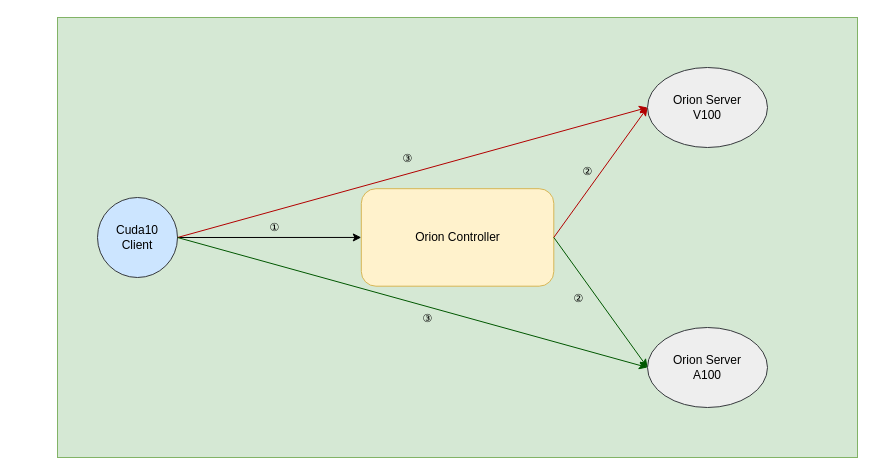
Earlier version of the draw.io diagram driver-only-cuda10-client.drawio (YanshanSong/draw.io). Source tidied: cells renumbered, new cells numbered last; positions are measured from the earlier drawing's top-left corner, leaving out a move shared by most shapes. Both pictures are drawn from the tidied source at 100%, with x=0, y=0 at pixel (57, 17).
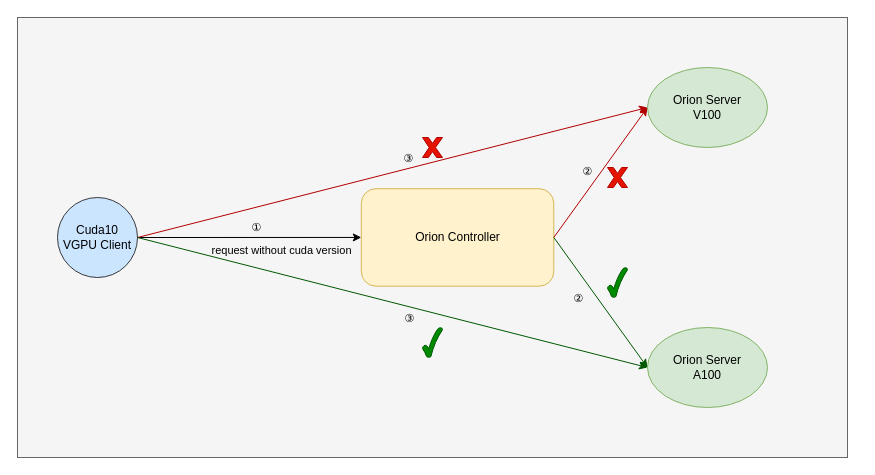
Above is the later version.

The change refers to these unchanged cells:
```xml
<mxCell id="13" style="endArrow=classic;html=1;rounded=0;exitX=1;exitY=0.5;exitDx=0;exitDy=0;fillColor=#e51400;strokeColor=#B20000;" parent="1" edge="1" source="4">
  <mxGeometry relative="1" as="geometry">
    <mxPoint x="590" y="90" as="targetPoint" />
  </mxGeometry>
</mxCell>
```

What changed in the source:
```diff
@@
-    <mxCell id="2" style="rounded=0;whiteSpace=wrap;html=1;fillColor=#d5e8d4;strokeColor=#82b366;" parent="1" vertex="1">
-      <mxGeometry width="800" height="440" as="geometry" />
+    <mxCell id="2" style="rounded=0;whiteSpace=wrap;html=1;fillColor=#f5f5f5;strokeColor=#666666;fontColor=#333333;" parent="1" vertex="1">
+      <mxGeometry x="-40" width="830" height="440" as="geometry" />
     </mxCell>
@@
-    <mxCell id="4" value="Cuda10&lt;br&gt;Client" style="ellipse;whiteSpace=wrap;html=1;fillColor=#cce5ff;strokeColor=#36393d;" parent="1" vertex="1">
-      <mxGeometry x="40" y="180" width="80" height="80" as="geometry" />
+    <mxCell id="4" value="Cuda10&lt;br&gt;VGPU Client" style="ellipse;whiteSpace=wrap;html=1;fillColor=#cce5ff;strokeColor=#36393d;" parent="1" vertex="1">
+      <mxGeometry y="180" width="80" height="80" as="geometry" />
     </mxCell>
@@
-    <mxCell id="7" value="Orion Server&lt;br&gt;V100" style="ellipse;whiteSpace=wrap;html=1;fillColor=#eeeeee;strokeColor=#36393d;" parent="1" vertex="1">
+    <mxCell id="7" value="Orion Server&lt;br&gt;V100" style="ellipse;whiteSpace=wrap;html=1;fillColor=#d5e8d4;strokeColor=#82b366;" parent="1" vertex="1">
       <mxGeometry x="590" y="50" width="120" height="80" as="geometry" />
     </mxCell>
-    <mxCell id="8" value="Orion Server&lt;br&gt;A100" style="ellipse;whiteSpace=wrap;html=1;fillColor=#eeeeee;strokeColor=#36393d;" parent="1" vertex="1">
+    <mxCell id="8" value="Orion Server&lt;br&gt;A100" style="ellipse;whiteSpace=wrap;html=1;fillColor=#d5e8d4;strokeColor=#82b366;" parent="1" vertex="1">
       <mxGeometry x="590" y="310" width="120" height="80" as="geometry" />
     </mxCell>
@@
     <mxCell id="14" value="③" style="edgeLabel;html=1;align=center;verticalAlign=middle;fontColor=none;labelBackgroundColor=none;" parent="13" vertex="1">
       <mxGeometry x="0.03" y="2" relative="1" as="geometry">
-        <mxPoint x="-12" y="-11" as="offset" />
+        <mxPoint x="8" y="-11" as="offset" />
       </mxGeometry>
     </mxCell>
@@
+    <mxCell id="17" style="verticalLabelPosition=bottom;verticalAlign=top;html=1;shape=mxgraph.basic.x;labelBackgroundColor=none;labelBorderColor=none;fontColor=#ffffff;fillColor=#e51400;strokeColor=#B20000;" parent="1" vertex="1">
+      <mxGeometry x="365" y="120" width="20" height="20" as="geometry" />
+    </mxCell>
+    <mxCell id="18" style="verticalLabelPosition=bottom;verticalAlign=top;html=1;shape=mxgraph.basic.x;labelBackgroundColor=none;labelBorderColor=none;fontColor=#ffffff;fillColor=#e51400;strokeColor=#B20000;" parent="1" vertex="1">
+      <mxGeometry x="550" y="150" width="20" height="20" as="geometry" />
+    </mxCell>
+    <mxCell id="19" style="verticalLabelPosition=bottom;verticalAlign=top;html=1;shape=mxgraph.basic.tick;labelBackgroundColor=none;labelBorderColor=none;fontColor=#ffffff;fillColor=#008a00;strokeColor=#005700;" parent="1" vertex="1">
+      <mxGeometry x="365" y="310" width="20" height="30" as="geometry" />
+    </mxCell>
+    <mxCell id="20" style="verticalLabelPosition=bottom;verticalAlign=top;html=1;shape=mxgraph.basic.tick;labelBackgroundColor=none;labelBorderColor=none;fontColor=#ffffff;fillColor=#008a00;strokeColor=#005700;" parent="1" vertex="1">
+      <mxGeometry x="550" y="250" width="20" height="30" as="geometry" />
+    </mxCell>
+    <mxCell id="21" value="&lt;font style=&quot;font-size: 11px;&quot;&gt;request without cuda version&lt;/font&gt;" style="edgeLabel;html=1;align=center;verticalAlign=middle;labelBackgroundColor=none;" parent="1" vertex="1">
+      <mxGeometry x="230" y="220" as="geometry">
+        <mxPoint x="-7" y="12" as="offset" />
+      </mxGeometry>
+    </mxCell>
```
